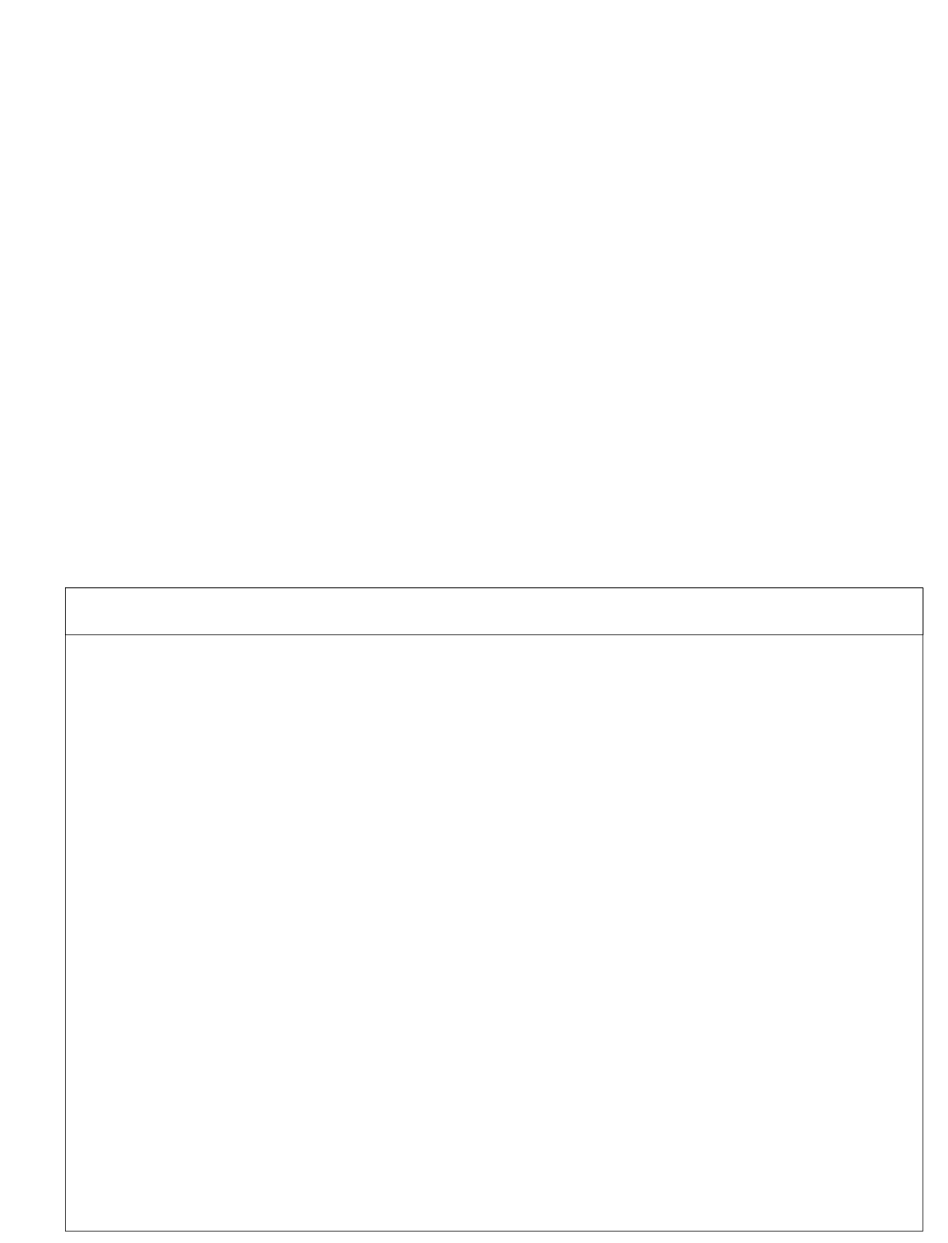
Above: excel-project/Untitled Diagram.drawio in suichanwa/js-october-2023 (draw.io), before the change. Source tidied: cells renumbered, new cells numbered last; positions are measured from the earlier drawing's top-left corner, leaving out a move shared by most shapes. Both pictures are drawn from the tidied source at 67%, with x=0, y=0 at pixel (65, 588).
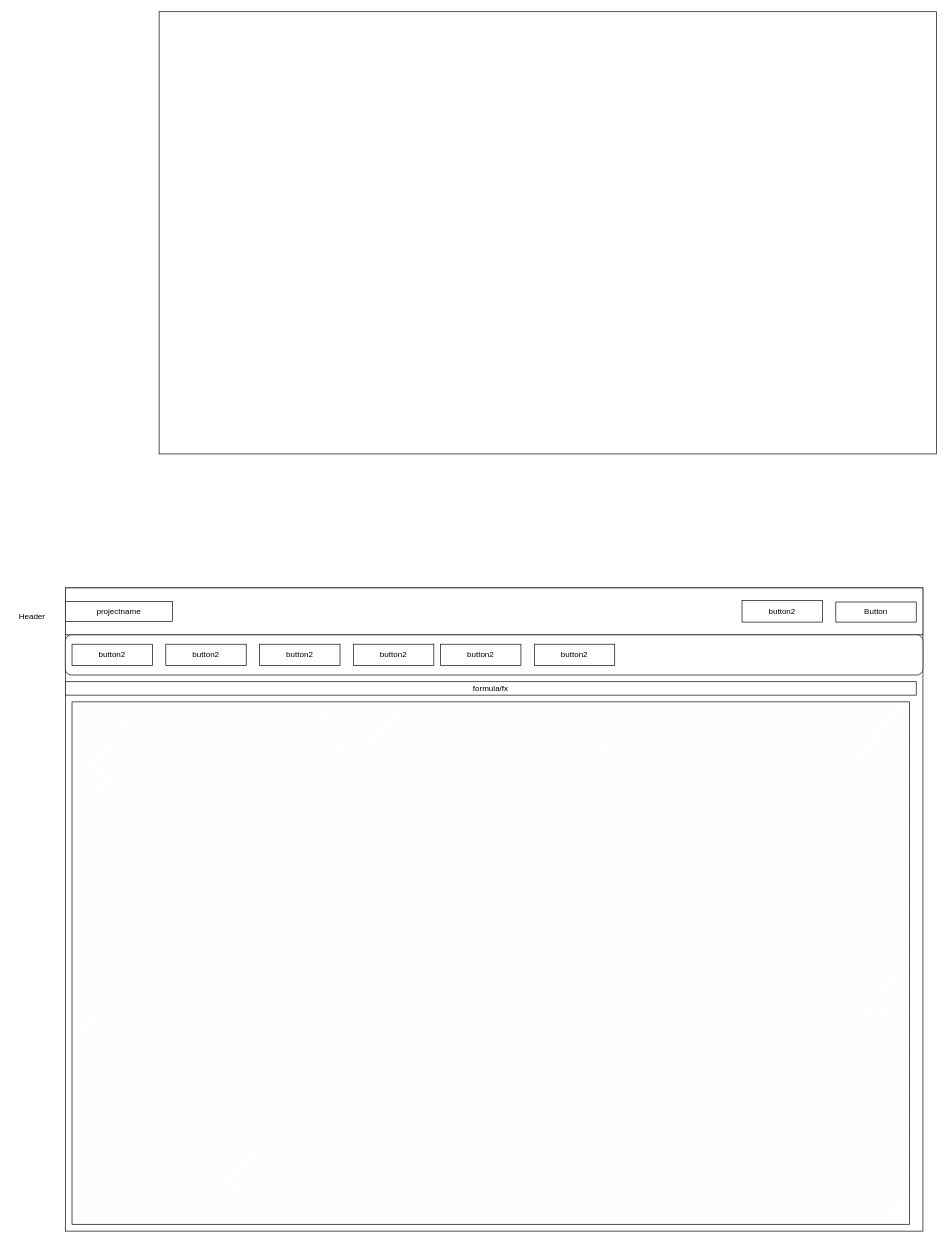
The same page after the edit.

What changed in the source:
```diff
@@
 <mxGraphModel>
   <root>
     <mxCell id="0" />
     <mxCell id="1" parent="0" />
     <mxCell id="2" style="rounded=0;whiteSpace=wrap;html=1;" parent="1" vertex="1">
       <mxGeometry width="1280" height="960" as="geometry" />
     </mxCell>
     <mxCell id="3" style="rounded=0;whiteSpace=wrap;html=1;" parent="1" vertex="1">
       <mxGeometry width="1280" height="70" as="geometry" />
     </mxCell>
+    <mxCell id="4" value="Header&lt;br&gt;" style="text;html=1;align=center;verticalAlign=middle;strokeColor=none;fillColor=none;" parent="1" vertex="1">
+      <mxGeometry x="-80" y="28" width="60" height="30" as="geometry" />
+    </mxCell>
+    <mxCell id="5" value="projectname&lt;br&gt;" style="rounded=0;whiteSpace=wrap;html=1;" parent="1" vertex="1">
+      <mxGeometry y="20" width="160" height="30" as="geometry" />
+    </mxCell>
+    <mxCell id="6" value="Button&lt;br&gt;" style="rounded=0;whiteSpace=wrap;html=1;" parent="1" vertex="1">
+      <mxGeometry x="1150" y="21" width="120" height="30" as="geometry" />
+    </mxCell>
+    <mxCell id="7" value="button2&lt;br&gt;" style="rounded=0;whiteSpace=wrap;html=1;" parent="1" vertex="1">
+      <mxGeometry x="1010" y="19" width="120" height="32" as="geometry" />
+    </mxCell>
+    <mxCell id="8" style="rounded=1;whiteSpace=wrap;html=1;" parent="1" vertex="1">
+      <mxGeometry y="70" width="1280" height="60" as="geometry" />
+    </mxCell>
+    <mxCell id="9" style="edgeStyle=orthogonalEdgeStyle;rounded=0;orthogonalLoop=1;jettySize=auto;html=1;exitX=0.5;exitY=1;exitDx=0;exitDy=0;" parent="1" edge="1" source="5" target="5">
+      <mxGeometry relative="1" as="geometry" />
+    </mxCell>
+    <mxCell id="10" value="button2&lt;br&gt;" style="rounded=0;whiteSpace=wrap;html=1;" parent="1" vertex="1">
+      <mxGeometry x="10" y="84" width="120" height="32" as="geometry" />
+    </mxCell>
+    <mxCell id="11" value="button2&lt;br&gt;" style="rounded=0;whiteSpace=wrap;html=1;" parent="1" vertex="1">
+      <mxGeometry x="150" y="84" width="120" height="32" as="geometry" />
+    </mxCell>
+    <mxCell id="12" value="button2&lt;br&gt;" style="rounded=0;whiteSpace=wrap;html=1;" parent="1" vertex="1">
+      <mxGeometry x="290" y="84" width="120" height="32" as="geometry" />
+    </mxCell>
+    <mxCell id="13" value="button2&lt;br&gt;" style="rounded=0;whiteSpace=wrap;html=1;" parent="1" vertex="1">
+      <mxGeometry x="430" y="84" width="120" height="32" as="geometry" />
+    </mxCell>
+    <mxCell id="14" value="button2&lt;br&gt;" style="rounded=0;whiteSpace=wrap;html=1;" parent="1" vertex="1">
+      <mxGeometry x="560" y="84" width="120" height="32" as="geometry" />
+    </mxCell>
+    <mxCell id="15" value="button2&lt;br&gt;" style="rounded=0;whiteSpace=wrap;html=1;" parent="1" vertex="1">
+      <mxGeometry x="700" y="84" width="120" height="32" as="geometry" />
+    </mxCell>
+    <mxCell id="16" value="formula/fx&lt;br&gt;" style="rounded=0;whiteSpace=wrap;html=1;" parent="1" vertex="1">
+      <mxGeometry y="140" width="1270" height="20" as="geometry" />
+    </mxCell>
+    <mxCell id="17" style="verticalLabelPosition=bottom;verticalAlign=top;html=1;shape=mxgraph.basic.patternFillRect;fillStyle=diag;step=5;fillStrokeWidth=0.2;fillStrokeColor=#dddddd;" parent="1" vertex="1">
+      <mxGeometry x="10" y="170" width="1250" height="780" as="geometry" />
+    </mxCell>
+    <mxCell id="18" style="rounded=0;whiteSpace=wrap;html=1;" parent="1" vertex="1">
+      <mxGeometry x="140" y="-860" width="1160" height="660" as="geometry" />
+    </mxCell>
   </root>
 </mxGraphModel>
```
